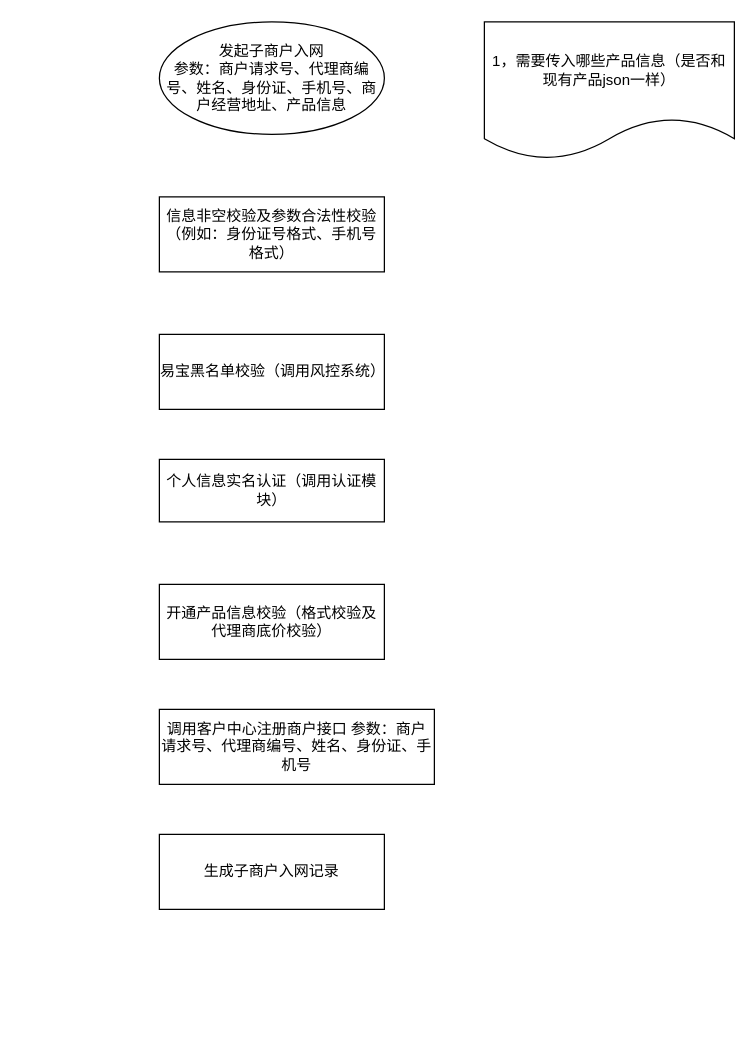
The draw.io diagram 子商户入网流程图.drawio in cp0802/drawioRep, before the edit. Source tidied: cells renumbered, new cells numbered last; positions are measured from the earlier drawing's top-left corner, leaving out a move shared by most shapes. Both pictures are drawn from the tidied source at 125%, with x=0, y=0 at pixel (159, 21).
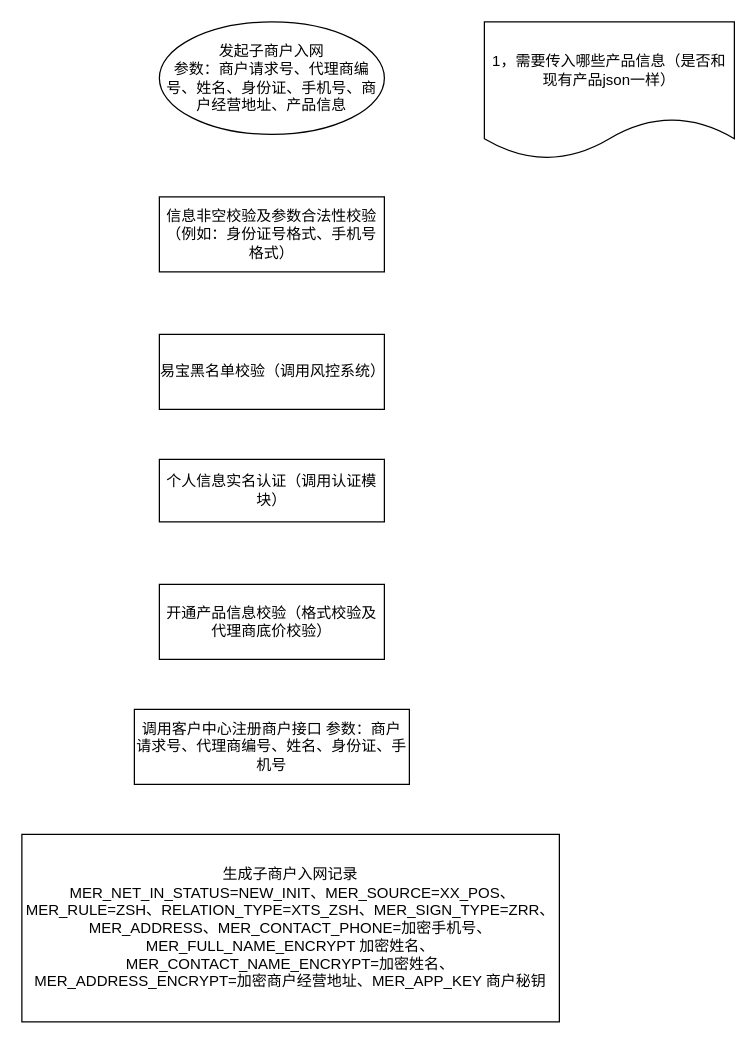
Above is the later version.

Commit message:
Update 子商户入网流程图.drawio

The edit, as a diff of the source:
```diff
@@
 <mxGraphModel>
   <root>
     <mxCell id="0" />
     <mxCell id="1" parent="0" />
     <mxCell id="2" value="发起子商户入网&lt;br&gt;参数：商户&lt;span&gt;请求号、代理商编号、姓名、身份证、手机号、商户经营地址、产品信息&lt;/span&gt;&lt;br&gt;" style="ellipse;whiteSpace=wrap;html=1;" parent="1" vertex="1">
       <mxGeometry width="180" height="90" as="geometry" />
     </mxCell>
     <mxCell id="3" value="1，需要传入哪些产品信息（是否和现有产品json一样）" style="shape=document;whiteSpace=wrap;html=1;boundedLbl=1;" parent="1" vertex="1">
       <mxGeometry x="260" width="200" height="110" as="geometry" />
     </mxCell>
     <mxCell id="4" value="信息非空校验及参数合法性校验（例如：身份证号格式、手机号格式）" style="rounded=0;whiteSpace=wrap;html=1;" parent="1" vertex="1">
       <mxGeometry y="140" width="180" height="60" as="geometry" />
     </mxCell>
     <mxCell id="5" value="易宝黑名单校验（调用风控系统）" style="rounded=0;whiteSpace=wrap;html=1;" parent="1" vertex="1">
       <mxGeometry y="250" width="180" height="60" as="geometry" />
     </mxCell>
     <mxCell id="6" value="个人信息实名认证（调用认证模块）" style="rounded=0;whiteSpace=wrap;html=1;" parent="1" vertex="1">
       <mxGeometry y="350" width="180" height="50" as="geometry" />
     </mxCell>
     <mxCell id="7" value="开通产品信息校验（格式校验及代理商底价校验）" style="rounded=0;whiteSpace=wrap;html=1;" parent="1" vertex="1">
       <mxGeometry y="450" width="180" height="60" as="geometry" />
     </mxCell>
     <mxCell id="8" value="&lt;span&gt;调用客户中心注册商户接口 参数：商户&lt;/span&gt;&lt;span&gt;请求号、代理商编号、姓名、身份证、手机号&lt;/span&gt;&lt;span&gt;&lt;br&gt;&lt;/span&gt;" style="rounded=0;whiteSpace=wrap;html=1;" parent="1" vertex="1">
-      <mxGeometry y="550" width="220" height="60" as="geometry" />
+      <mxGeometry x="-20" y="550" width="220" height="60" as="geometry" />
     </mxCell>
-    <mxCell id="9" value="生成子商户入网记录" style="rounded=0;whiteSpace=wrap;html=1;" parent="1" vertex="1">
-      <mxGeometry y="650" width="180" height="60" as="geometry" />
+    <mxCell id="9" value="生成子商户入网记录&lt;br&gt;&amp;nbsp;&lt;span&gt;MER_NET_IN_STATUS=NEW_INIT、&lt;/span&gt;&lt;span&gt;MER_SOURCE=XX_POS、&lt;br&gt;&lt;/span&gt;&lt;span&gt;MER_RULE=&lt;/span&gt;&lt;span&gt;ZSH、&lt;/span&gt;&lt;span&gt;RELATION_TYPE=&lt;/span&gt;&lt;span&gt;XTS_ZSH&lt;/span&gt;、MER_SIGN_TYPE=&lt;span&gt;ZRR、&lt;/span&gt;&lt;span&gt;MER_ADDRESS、&lt;/span&gt;&lt;span&gt;MER_CONTACT_PHONE=加密手机号、&lt;/span&gt;&lt;span&gt;MER_FULL_NAME_ENCRYPT 加密姓名、&lt;/span&gt;&lt;span&gt;MER_CONTACT_NAME_ENCRYPT=加密姓名、&lt;/span&gt;&lt;span&gt;&lt;br&gt;&lt;/span&gt;&lt;span&gt;MER_ADDRESS_ENCRYPT=加密商户经营地址、&lt;/span&gt;&lt;span&gt;MER_APP_KEY 商户秘钥&lt;/span&gt;" style="rounded=0;whiteSpace=wrap;html=1;" parent="1" vertex="1">
+      <mxGeometry x="-110" y="650" width="430" height="150" as="geometry" />
     </mxCell>
   </root>
 </mxGraphModel>
```
